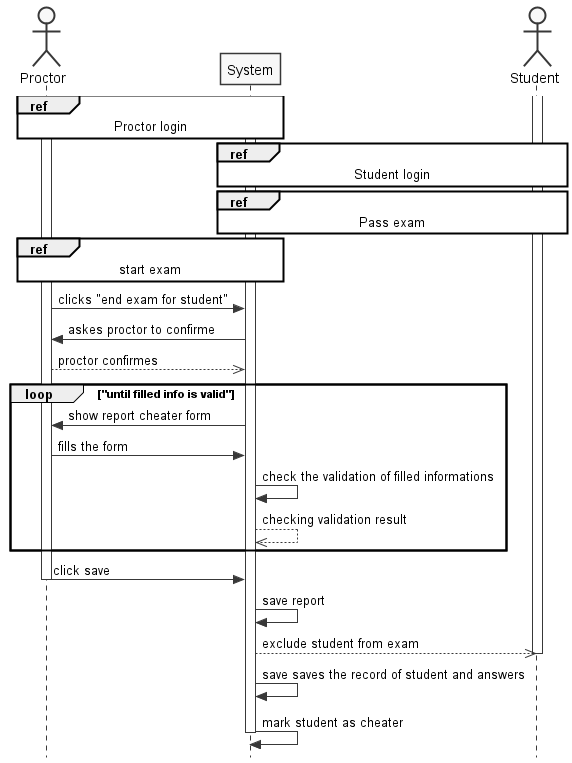
Earlier version of the PlantUML export Essays/Essay_2/images/End_exam_for_student.png (OnlineSecureExamSystem/oses-essays-memos). Its diagram source:
```plantuml
@startuml

skinparam monochrome true
skinparam style strictuml
skinparam Ranksep 150
skinparam defaultTextAlignment center

actor Proctor as prct
activate  System
activate prct
ref over prct,System : Proctor login

actor Student as stdn

activate stdn
ref over stdn,System : Student login
ref over stdn,System : Pass exam
ref over prct,System : start exam

prct   -> System : clicks "end exam for student"
System  -> prct : askes proctor to confirme
prct -->> System   : proctor confirmes

loop "until filled info is valid"
    System -> prct : show report cheater form
    prct  -> System: fills the form
    System -> System : check the validation of filled informations
    System -->> System : checking validation result
end

prct -> System   : click save
deactivate prct
System -> System : save report
System -->> stdn  : exclude student from exam
deactivate stdn
System -> System : save saves the record of student and answers
System -> System : mark student as cheater

deactivate System

@enduml
```
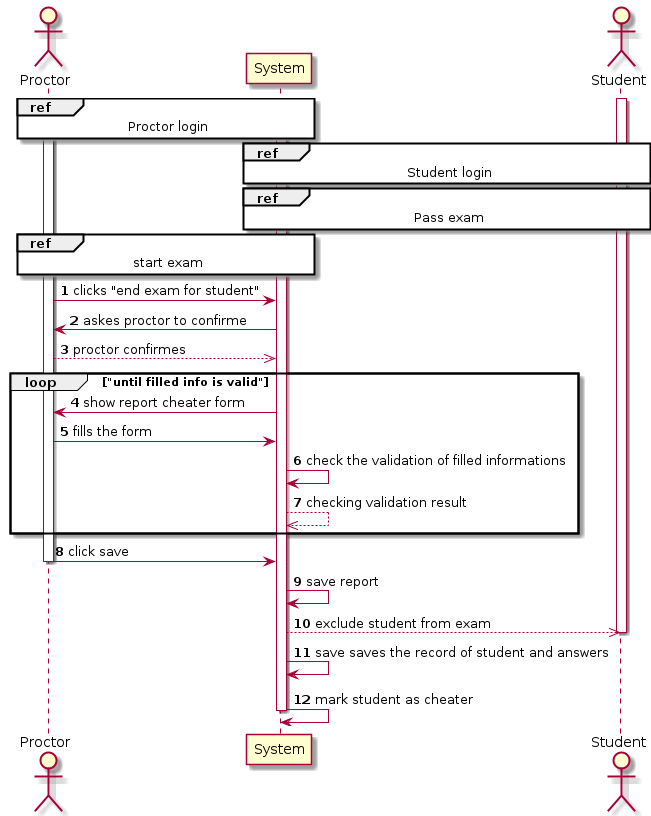
After the commit.

Commit message:
update session, pass exam, end session for student dss

What changed in the source:
```diff
@@ -1,10 +1,6 @@
 @startuml
 
-skinparam monochrome true
-skinparam style strictuml
-skinparam Ranksep 150
-skinparam defaultTextAlignment center
-
+autonumber
 actor Proctor as prct
 activate  System
 activate prct
```
